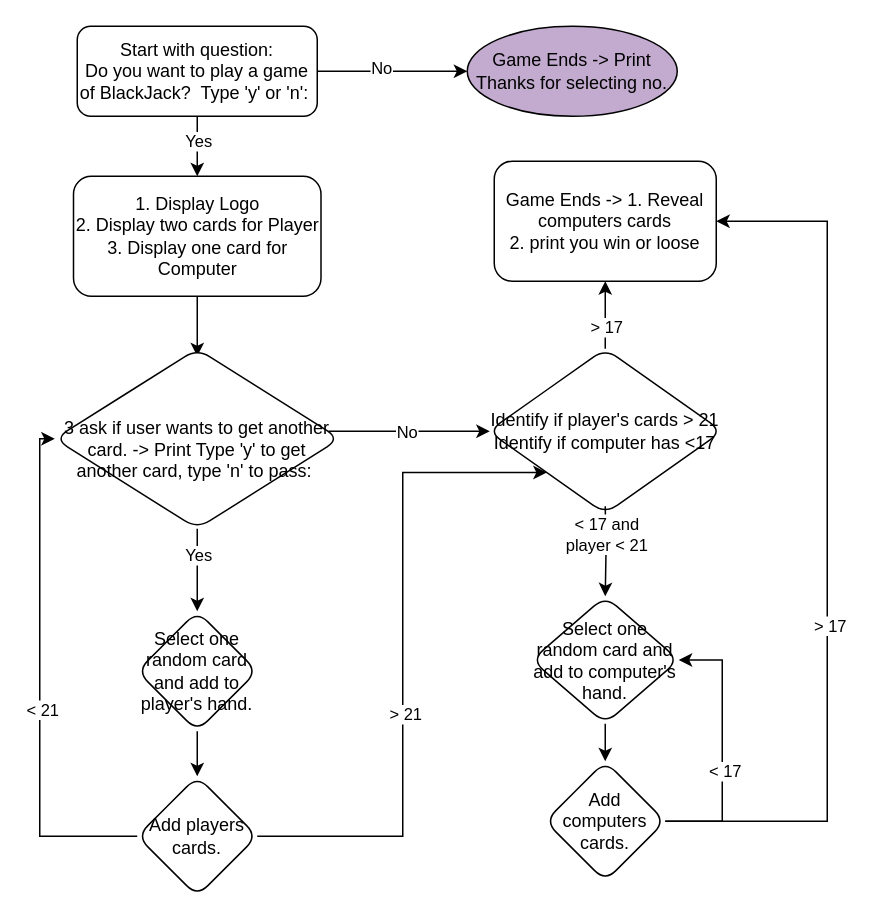
Before: Black Jack Diagram.drawio in taryee8/hello-world, a draw.io diagram. Source tidied: cells renumbered, new cells numbered last; positions are measured from the earlier drawing's top-left corner, leaving out a move shared by most shapes. Both pictures are drawn from the tidied source at 150%, with x=0, y=0 at pixel (54, 26).
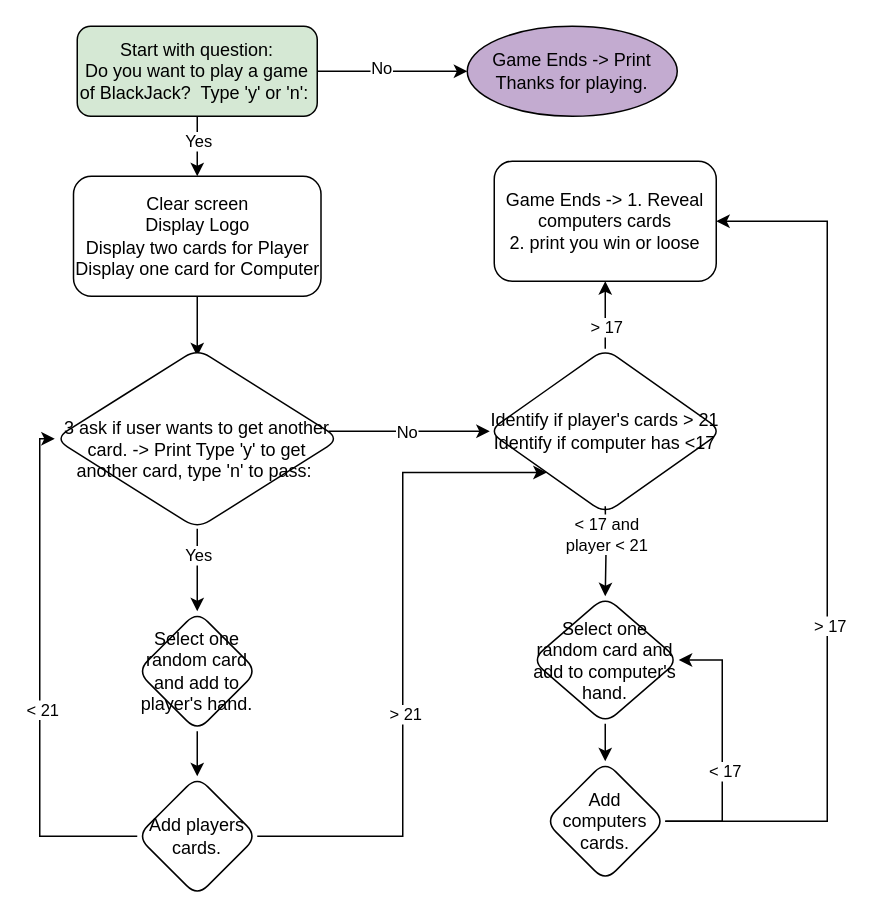
Above is the later version.

Change to the diagram source:
```diff
@@
-    <mxCell id="6" value="Start with question:&lt;br&gt;Do you want to play a game of BlackJack?&amp;nbsp; Type 'y' or 'n':&amp;nbsp;" style="rounded=1;whiteSpace=wrap;html=1;fontSize=12;glass=0;strokeWidth=1;shadow=0;" parent="1" vertex="1">
+    <mxCell id="6" value="Start with question:&lt;br&gt;Do you want to play a game of BlackJack?&amp;nbsp; Type 'y' or 'n':&amp;nbsp;" style="rounded=1;whiteSpace=wrap;html=1;fontSize=12;glass=0;strokeWidth=1;shadow=0;fillColor=#D5E8D4;" parent="1" vertex="1">
       <mxGeometry x="15" width="160" height="60" as="geometry" />
     </mxCell>
@@
-    <mxCell id="8" value="1. Display Logo&lt;br&gt;2. Display two cards for Player&lt;br&gt;3. Display one card for Computer" style="whiteSpace=wrap;html=1;rounded=1;shadow=0;strokeWidth=1;glass=0;" parent="1" vertex="1">
+    <mxCell id="8" value="Clear screen&lt;br&gt;Display Logo&lt;br&gt;Display two cards for Player&lt;br&gt;Display one card for Computer" style="whiteSpace=wrap;html=1;rounded=1;shadow=0;strokeWidth=1;glass=0;" parent="1" vertex="1">
       <mxGeometry x="12.5" y="100" width="165" height="80" as="geometry" />
     </mxCell>
@@
-    <mxCell id="11" value="Game Ends -&amp;gt; Print Thanks for selecting no." style="ellipse;whiteSpace=wrap;html=1;rounded=1;shadow=0;strokeWidth=1;glass=0;fillColor=#C3ABD0;" parent="1" vertex="1">
+    <mxCell id="11" value="Game Ends -&amp;gt; Print Thanks for playing." style="ellipse;whiteSpace=wrap;html=1;rounded=1;shadow=0;strokeWidth=1;glass=0;fillColor=#C3ABD0;" parent="1" vertex="1">
       <mxGeometry x="275" width="140" height="60" as="geometry" />
     </mxCell>
```
